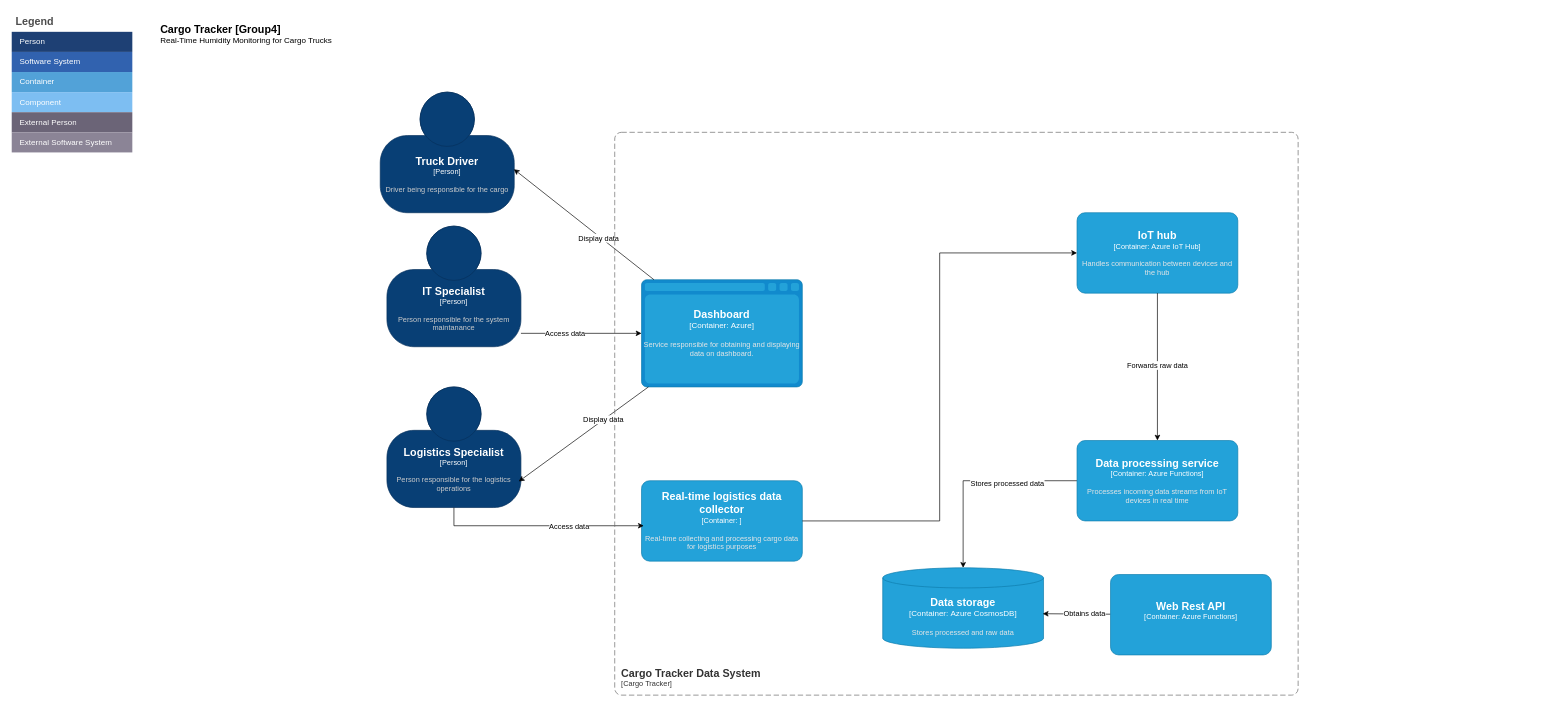
AKCDV/CargoTracker_Group4 keeps this draw.io diagram as page "Level 2 - Container Diagram" (2 of 3) of cargo_tracker.drawio. Above is the earlier version. Source tidied: cells renumbered, new cells numbered last; positions are measured from the earlier drawing's top-left corner, leaving out a move shared by most shapes. Both pictures are drawn from the tidied source at 67%, with x=0, y=0 at pixel (11, 11).
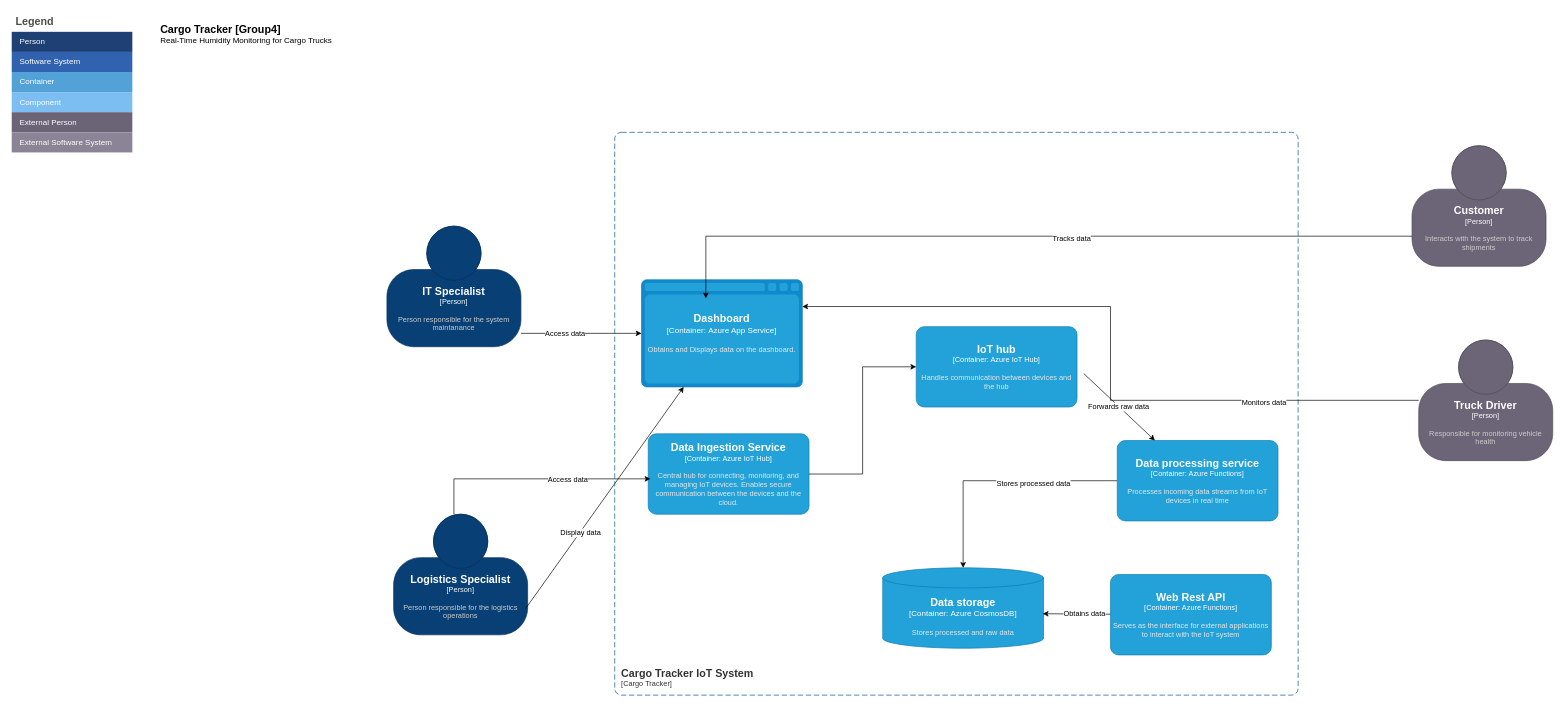
After the change.

Change to the diagram source:
```diff
@@
-    <object id="16" label="&lt;font style=&quot;font-size: 16px&quot;&gt;&lt;b&gt;%c4Name%&lt;/b&gt;&lt;/font&gt;&lt;div&gt;[%c4Type%]&lt;/div&gt;&lt;br&gt;&lt;div&gt;&lt;font style=&quot;font-size: 11px&quot;&gt;&lt;font color=&quot;#cccccc&quot;&gt;%c4Description%&lt;/font&gt;&lt;/div&gt;" c4Description="Driver being responsible for the cargo" c4Name="Truck Driver" c4Type="Person" placeholders="1">
-      <mxCell style="html=1;fontSize=11;dashed=0;whiteSpace=wrap;fillColor=#083F75;strokeColor=#06315C;fontColor=#ffffff;shape=mxgraph.c4.person2;align=center;points=[[0.5,0,0],[1,0.5,0],[1,0.75,0],[0.75,1,0],[0.5,1,0],[0.25,1,0],[0,0.75,0],[0,0.5,0]];" parent="1" vertex="1">
-        <mxGeometry x="550" y="120" width="200" height="180" as="geometry" />
-      </mxCell>
-    </object>
     <object id="17" label="&lt;font style=&quot;font-size: 16px&quot;&gt;&lt;b&gt;%c4Name%&lt;/b&gt;&lt;/font&gt;&lt;div&gt;[%c4Type%]&lt;/div&gt;&lt;br&gt;&lt;div&gt;&lt;font style=&quot;font-size: 11px&quot;&gt;&lt;font color=&quot;#cccccc&quot;&gt;%c4Description%&lt;/font&gt;&lt;/div&gt;" c4Description="Person responsible for the logistics operations" c4Name="Logistics Specialist" c4Type="Person" placeholders="1">
       <mxCell style="html=1;fontSize=11;dashed=0;whiteSpace=wrap;fillColor=#083F75;strokeColor=#06315C;fontColor=#ffffff;shape=mxgraph.c4.person2;align=center;points=[[0.5,0,0],[1,0.5,0],[1,0.75,0],[0.75,1,0],[0.5,1,0],[0.25,1,0],[0,0.75,0],[0,0.5,0]];" parent="1" vertex="1">
-        <mxGeometry x="560" y="560" width="200" height="180" as="geometry" />
+        <mxGeometry x="570" y="750" width="200" height="180" as="geometry" />
       </mxCell>
     </object>
@@
-    <object id="19" label="&lt;font style=&quot;font-size: 16px&quot;&gt;&lt;b&gt;%c4Name%&lt;/b&gt;&lt;/font&gt;&lt;div&gt;[%c4Type%:&amp;nbsp;%c4Technology%]&lt;/div&gt;&lt;br&gt;&lt;div&gt;&lt;font style=&quot;font-size: 11px&quot;&gt;&lt;font color=&quot;#E6E6E6&quot;&gt;%c4Description%&lt;/font&gt;&lt;/div&gt;" c4Description="Service responsible for obtaining and displaying data on dashboard." c4Name="Dashboard" c4Technology="Azure" c4Type="Container" placeholders="1">
+    <object id="19" label="&lt;font style=&quot;font-size: 16px&quot;&gt;&lt;b&gt;%c4Name%&lt;/b&gt;&lt;/font&gt;&lt;div&gt;[%c4Type%:&amp;nbsp;%c4Technology%]&lt;/div&gt;&lt;br&gt;&lt;div&gt;&lt;font style=&quot;font-size: 11px&quot;&gt;&lt;font color=&quot;#E6E6E6&quot;&gt;%c4Description%&lt;/font&gt;&lt;/div&gt;" c4Description="Obtains and Displays data on the dashboard." c4Name="Dashboard" c4Technology="Azure App Service" c4Type="Container" placeholders="1">
       <mxCell style="shape=mxgraph.c4.webBrowserContainer2;whiteSpace=wrap;html=1;boundedLbl=1;rounded=0;labelBackgroundColor=none;strokeColor=#118ACD;fillColor=#23A2D9;strokeColor=#118ACD;strokeColor2=#0E7DAD;fontSize=12;fontColor=#ffffff;align=center;points=[[0.5,0,0],[1,0.25,0],[1,0.5,0],[1,0.75,0],[0.5,1,0],[0,0.75,0],[0,0.5,0],[0,0.25,0]];" parent="1" vertex="1">
         <mxGeometry x="940" y="400" width="240" height="160" as="geometry" />
       </mxCell>
     </object>
     <object id="20" label="&lt;font style=&quot;font-size: 16px&quot;&gt;&lt;b&gt;%c4Name%&lt;/b&gt;&lt;/font&gt;&lt;div&gt;[%c4Type%: %c4Technology%]&lt;/div&gt;&lt;br&gt;&lt;div&gt;&lt;font style=&quot;font-size: 11px&quot;&gt;&lt;font color=&quot;#E6E6E6&quot;&gt;%c4Description%&lt;/font&gt;&lt;/div&gt;" c4Description="Handles communication between devices and the hub" c4Name="IoT hub" c4Technology="Azure IoT Hub" c4Type="Container" placeholders="1">
       <mxCell style="rounded=1;whiteSpace=wrap;html=1;fontSize=11;labelBackgroundColor=none;fillColor=#23A2D9;fontColor=#ffffff;align=center;arcSize=10;strokeColor=#0E7DAD;points=[[0.25,0,0],[0.5,0,0],[0.75,0,0],[1,0.25,0],[1,0.5,0],[1,0.75,0],[0.75,1,0],[0.5,1,0],[0.25,1,0],[0,0.75,0],[0,0.5,0],[0,0.25,0]];" parent="1" vertex="1">
-        <mxGeometry x="1590" y="300" width="240" height="120" as="geometry" />
+        <mxGeometry x="1350" y="470" width="240" height="120" as="geometry" />
       </mxCell>
     </object>
@@
     <object id="24" label="&lt;font style=&quot;font-size: 16px&quot;&gt;&lt;b&gt;%c4Name%&lt;/b&gt;&lt;/font&gt;&lt;div&gt;[%c4Type%: %c4Technology%]&lt;/div&gt;&lt;br&gt;&lt;div&gt;&lt;font style=&quot;font-size: 11px&quot;&gt;&lt;font color=&quot;#E6E6E6&quot;&gt;%c4Description%&lt;/font&gt;&lt;/div&gt;" c4Description="Processes incoming data streams from IoT devices in real time" c4Name="Data processing service" c4Technology="Azure Functions" c4Type="Container" placeholders="1">
       <mxCell style="rounded=1;whiteSpace=wrap;html=1;fontSize=11;labelBackgroundColor=none;fillColor=#23A2D9;fontColor=#ffffff;align=center;arcSize=10;strokeColor=#0E7DAD;points=[[0.25,0,0],[0.5,0,0],[0.75,0,0],[1,0.25,0],[1,0.5,0],[1,0.75,0],[0.75,1,0],[0.5,1,0],[0.25,1,0],[0,0.75,0],[0,0.5,0],[0,0.25,0]];" parent="1" vertex="1">
-        <mxGeometry x="1590" y="640" width="240" height="120" as="geometry" />
+        <mxGeometry x="1650" y="640" width="240" height="120" as="geometry" />
       </mxCell>
     </object>
-    <object id="25" label="&lt;font style=&quot;font-size: 16px&quot;&gt;&lt;b&gt;%c4Name%&lt;/b&gt;&lt;/font&gt;&lt;div&gt;[%c4Type%: %c4Technology%]&lt;/div&gt;&lt;br&gt;&lt;div&gt;&lt;font style=&quot;font-size: 11px&quot;&gt;&lt;font color=&quot;#E6E6E6&quot;&gt;%c4Description%&lt;/font&gt;&lt;/div&gt;" c4Description="Real-time collecting and processing cargo data for logistics purposes" c4Name="Real-time logistics data collector" c4Technology="" c4Type="Container" placeholders="1">
+    <object id="25" label="&lt;font style=&quot;font-size: 16px&quot;&gt;&lt;b&gt;%c4Name%&lt;/b&gt;&lt;/font&gt;&lt;div&gt;[%c4Type%: %c4Technology%]&lt;/div&gt;&lt;br&gt;&lt;div&gt;&lt;font style=&quot;font-size: 11px&quot;&gt;&lt;font color=&quot;#E6E6E6&quot;&gt;%c4Description%&lt;/font&gt;&lt;/div&gt;" c4Description="Central hub for connecting, monitoring, and managing IoT devices. Enables secure communication between the devices and the cloud." c4Name="Data Ingestion Service" c4Technology="Azure IoT Hub" c4Type="Container" placeholders="1">
       <mxCell style="rounded=1;whiteSpace=wrap;html=1;fontSize=11;labelBackgroundColor=none;fillColor=#23A2D9;fontColor=#ffffff;align=center;arcSize=10;strokeColor=#0E7DAD;points=[[0.25,0,0],[0.5,0,0],[0.75,0,0],[1,0.25,0],[1,0.5,0],[1,0.75,0],[0.75,1,0],[0.5,1,0],[0.25,1,0],[0,0.75,0],[0,0.5,0],[0,0.25,0]];" parent="1" vertex="1">
-        <mxGeometry x="940" y="700" width="240" height="120" as="geometry" />
+        <mxGeometry x="950" y="630" width="240" height="120" as="geometry" />
       </mxCell>
     </object>
-    <mxCell id="26" style="rounded=0;jettySize=auto;html=1;entryX=0.997;entryY=0.639;entryDx=0;entryDy=0;entryPerimeter=0;" parent="1" edge="1" source="19" target="16">
-      <mxGeometry relative="1" as="geometry" />
-    </mxCell>
-    <mxCell id="27" value="Display data" style="edgeLabel;html=1;align=center;verticalAlign=middle;" parent="26" vertex="1">
-      <mxGeometry x="-0.22" y="3" relative="1" as="geometry" />
-    </mxCell>
@@
-    <mxCell id="30" style="rounded=0;jettySize=auto;html=1;entryX=0.984;entryY=0.784;entryDx=0;entryDy=0;entryPerimeter=0;" parent="1" edge="1" source="19" target="17">
+    <mxCell id="30" style="rounded=0;jettySize=auto;html=1;exitX=0.984;exitY=0.784;exitDx=0;exitDy=0;exitPerimeter=0;" parent="1" edge="1" source="17" target="19">
       <mxGeometry relative="1" as="geometry" />
     </mxCell>
@@
-    <mxCell id="34" style="rounded=0;jettySize=auto;html=1;exitX=0.5;exitY=1;exitDx=0;exitDy=0;exitPerimeter=0;" parent="1" edge="1" source="20" target="24">
-      <mxGeometry relative="1" as="geometry" />
+    <mxCell id="34" style="rounded=0;jettySize=auto;html=1;" parent="1" edge="1" target="24">
+      <mxGeometry relative="1" as="geometry">
+        <mxPoint x="1600" y="540" as="sourcePoint" />
+        <Array as="points">
+          <mxPoint x="1600" y="540" />
+        </Array>
+      </mxGeometry>
     </mxCell>
@@
-    <object id="39" label="&lt;font style=&quot;font-size: 16px&quot;&gt;&lt;b&gt;%c4Name%&lt;/b&gt;&lt;/font&gt;&lt;div&gt;[%c4Type%: %c4Technology%]&lt;/div&gt;&lt;br&gt;&lt;div&gt;&lt;font style=&quot;font-size: 11px&quot;&gt;&lt;font color=&quot;#E6E6E6&quot;&gt;%c4Description%&lt;/font&gt;&lt;/div&gt;" c4Description="" c4Name="Web Rest API" c4Technology="Azure Functions" c4Type="Container" placeholders="1">
+    <object id="39" label="&lt;font style=&quot;font-size: 16px&quot;&gt;&lt;b&gt;%c4Name%&lt;/b&gt;&lt;/font&gt;&lt;div&gt;[%c4Type%: %c4Technology%]&lt;/div&gt;&lt;br&gt;&lt;div&gt;&lt;font style=&quot;font-size: 11px&quot;&gt;&lt;font color=&quot;#E6E6E6&quot;&gt;%c4Description%&lt;/font&gt;&lt;/div&gt;" c4Description="Serves as the interface for external applications to interact with the IoT system" c4Name="Web Rest API" c4Technology="Azure Functions" c4Type="Container" placeholders="1">
       <mxCell style="rounded=1;whiteSpace=wrap;html=1;fontSize=11;labelBackgroundColor=none;fillColor=#23A2D9;fontColor=#ffffff;align=center;arcSize=10;strokeColor=#0E7DAD;points=[[0.25,0,0],[0.5,0,0],[0.75,0,0],[1,0.25,0],[1,0.5,0],[1,0.75,0],[0.75,1,0],[0.5,1,0],[0.25,1,0],[0,0.75,0],[0,0.5,0],[0,0.25,0]];" parent="1" vertex="1">
         <mxGeometry x="1640" y="840" width="240" height="120" as="geometry" />
       </mxCell>
     </object>
-    <object id="40" label="&lt;font style=&quot;font-size: 16px&quot;&gt;&lt;b&gt;&lt;div style=&quot;text-align: left&quot;&gt;%c4Name%&lt;/div&gt;&lt;/b&gt;&lt;/font&gt;&lt;div style=&quot;text-align: left&quot;&gt;[%c4Application%]&lt;/div&gt;" c4Application="Cargo Tracker" c4Name="Cargo Tracker Data System" placeholders="1">
-      <mxCell style="rounded=1;fontSize=11;whiteSpace=wrap;html=1;dashed=1;arcSize=20;fillColor=none;strokeColor=#666666;fontColor=#333333;labelBackgroundColor=none;align=left;verticalAlign=bottom;labelBorderColor=none;spacingTop=0;spacing=10;dashPattern=8 4;perimeter=rectanglePerimeter;noLabel=0;labelPadding=0;absoluteArcSize=1;" parent="1" vertex="1">
+    <object id="40" label="&lt;font style=&quot;font-size: 16px&quot;&gt;&lt;b&gt;&lt;div style=&quot;text-align: left&quot;&gt;%c4Name%&lt;/div&gt;&lt;/b&gt;&lt;/font&gt;&lt;div style=&quot;text-align: left&quot;&gt;[%c4Application%]&lt;/div&gt;" c4Application="Cargo Tracker" c4Name="Cargo Tracker IoT System" placeholders="1">
+      <mxCell style="rounded=1;fontSize=11;whiteSpace=wrap;html=1;dashed=1;arcSize=20;fillColor=none;strokeColor=#004C99;fontColor=#333333;labelBackgroundColor=none;align=left;verticalAlign=bottom;labelBorderColor=none;spacingTop=0;spacing=10;dashPattern=8 4;perimeter=rectanglePerimeter;noLabel=0;labelPadding=0;absoluteArcSize=1;shadow=0;" parent="1" vertex="1">
         <mxGeometry x="900" y="180" width="1020" height="840" as="geometry" />
       </mxCell>
     </object>
+    <object id="41" label="&lt;font style=&quot;font-size: 16px&quot;&gt;&lt;b&gt;%c4Name%&lt;/b&gt;&lt;/font&gt;&lt;div&gt;[%c4Type%]&lt;/div&gt;&lt;br&gt;&lt;div&gt;&lt;font style=&quot;font-size: 11px&quot;&gt;&lt;font color=&quot;#cccccc&quot;&gt;%c4Description%&lt;/font&gt;&lt;/div&gt;" c4Description="Interacts with the system to track shipments" c4Name="Customer" c4Type="Person" placeholders="1">
+      <mxCell style="html=1;fontSize=11;dashed=0;whiteSpace=wrap;fillColor=#6C6477;strokeColor=#4D4D4D;fontColor=#ffffff;shape=mxgraph.c4.person2;align=center;points=[[0.5,0,0],[1,0.5,0],[1,0.75,0],[0.75,1,0],[0.5,1,0],[0.25,1,0],[0,0.75,0],[0,0.5,0]];" parent="1" vertex="1">
+        <mxGeometry x="2090" y="200" width="200" height="180" as="geometry" />
+      </mxCell>
+    </object>
+    <mxCell id="42" style="edgeStyle=orthogonalEdgeStyle;rounded=0;jettySize=auto;html=1;exitX=0;exitY=0.75;exitDx=0;exitDy=0;exitPerimeter=0;entryX=0.4;entryY=0.174;entryDx=0;entryDy=0;entryPerimeter=0;" parent="1" edge="1" source="41" target="19">
+      <mxGeometry relative="1" as="geometry" />
+    </mxCell>
+    <mxCell id="43" value="Tracks data" style="edgeLabel;html=1;align=center;verticalAlign=middle;" parent="42" vertex="1">
+      <mxGeometry x="-0.11" y="2" relative="1" as="geometry">
+        <mxPoint x="1" as="offset" />
+      </mxGeometry>
+    </mxCell>
+    <object id="44" label="&lt;font style=&quot;font-size: 16px&quot;&gt;&lt;b&gt;%c4Name%&lt;/b&gt;&lt;/font&gt;&lt;div&gt;[%c4Type%]&lt;/div&gt;&lt;br&gt;&lt;div&gt;&lt;font style=&quot;font-size: 11px&quot;&gt;&lt;font color=&quot;#cccccc&quot;&gt;%c4Description%&lt;/font&gt;&lt;/div&gt;" c4Description="Responsible for monitoring vehicle health" c4Name="Truck Driver" c4Type="Person" placeholders="1">
+      <mxCell style="html=1;fontSize=11;dashed=0;whiteSpace=wrap;fillColor=#6C6477;strokeColor=#4D4D4D;fontColor=#ffffff;shape=mxgraph.c4.person2;align=center;points=[[0.5,0,0],[1,0.5,0],[1,0.75,0],[0.75,1,0],[0.5,1,0],[0.25,1,0],[0,0.75,0],[0,0.5,0]];" parent="1" vertex="1">
+        <mxGeometry x="2100" y="490" width="200" height="180" as="geometry" />
+      </mxCell>
+    </object>
+    <mxCell id="45" style="edgeStyle=orthogonalEdgeStyle;rounded=0;jettySize=auto;html=1;entryX=1;entryY=0.25;entryDx=0;entryDy=0;entryPerimeter=0;" parent="1" edge="1" source="44" target="19">
+      <mxGeometry relative="1" as="geometry" />
+    </mxCell>
+    <mxCell id="46" value="Monitors data" style="edgeLabel;html=1;align=center;verticalAlign=middle;" parent="45" vertex="1">
+      <mxGeometry x="-0.56" y="2" relative="1" as="geometry">
+        <mxPoint x="1" as="offset" />
+      </mxGeometry>
+    </mxCell>
```
